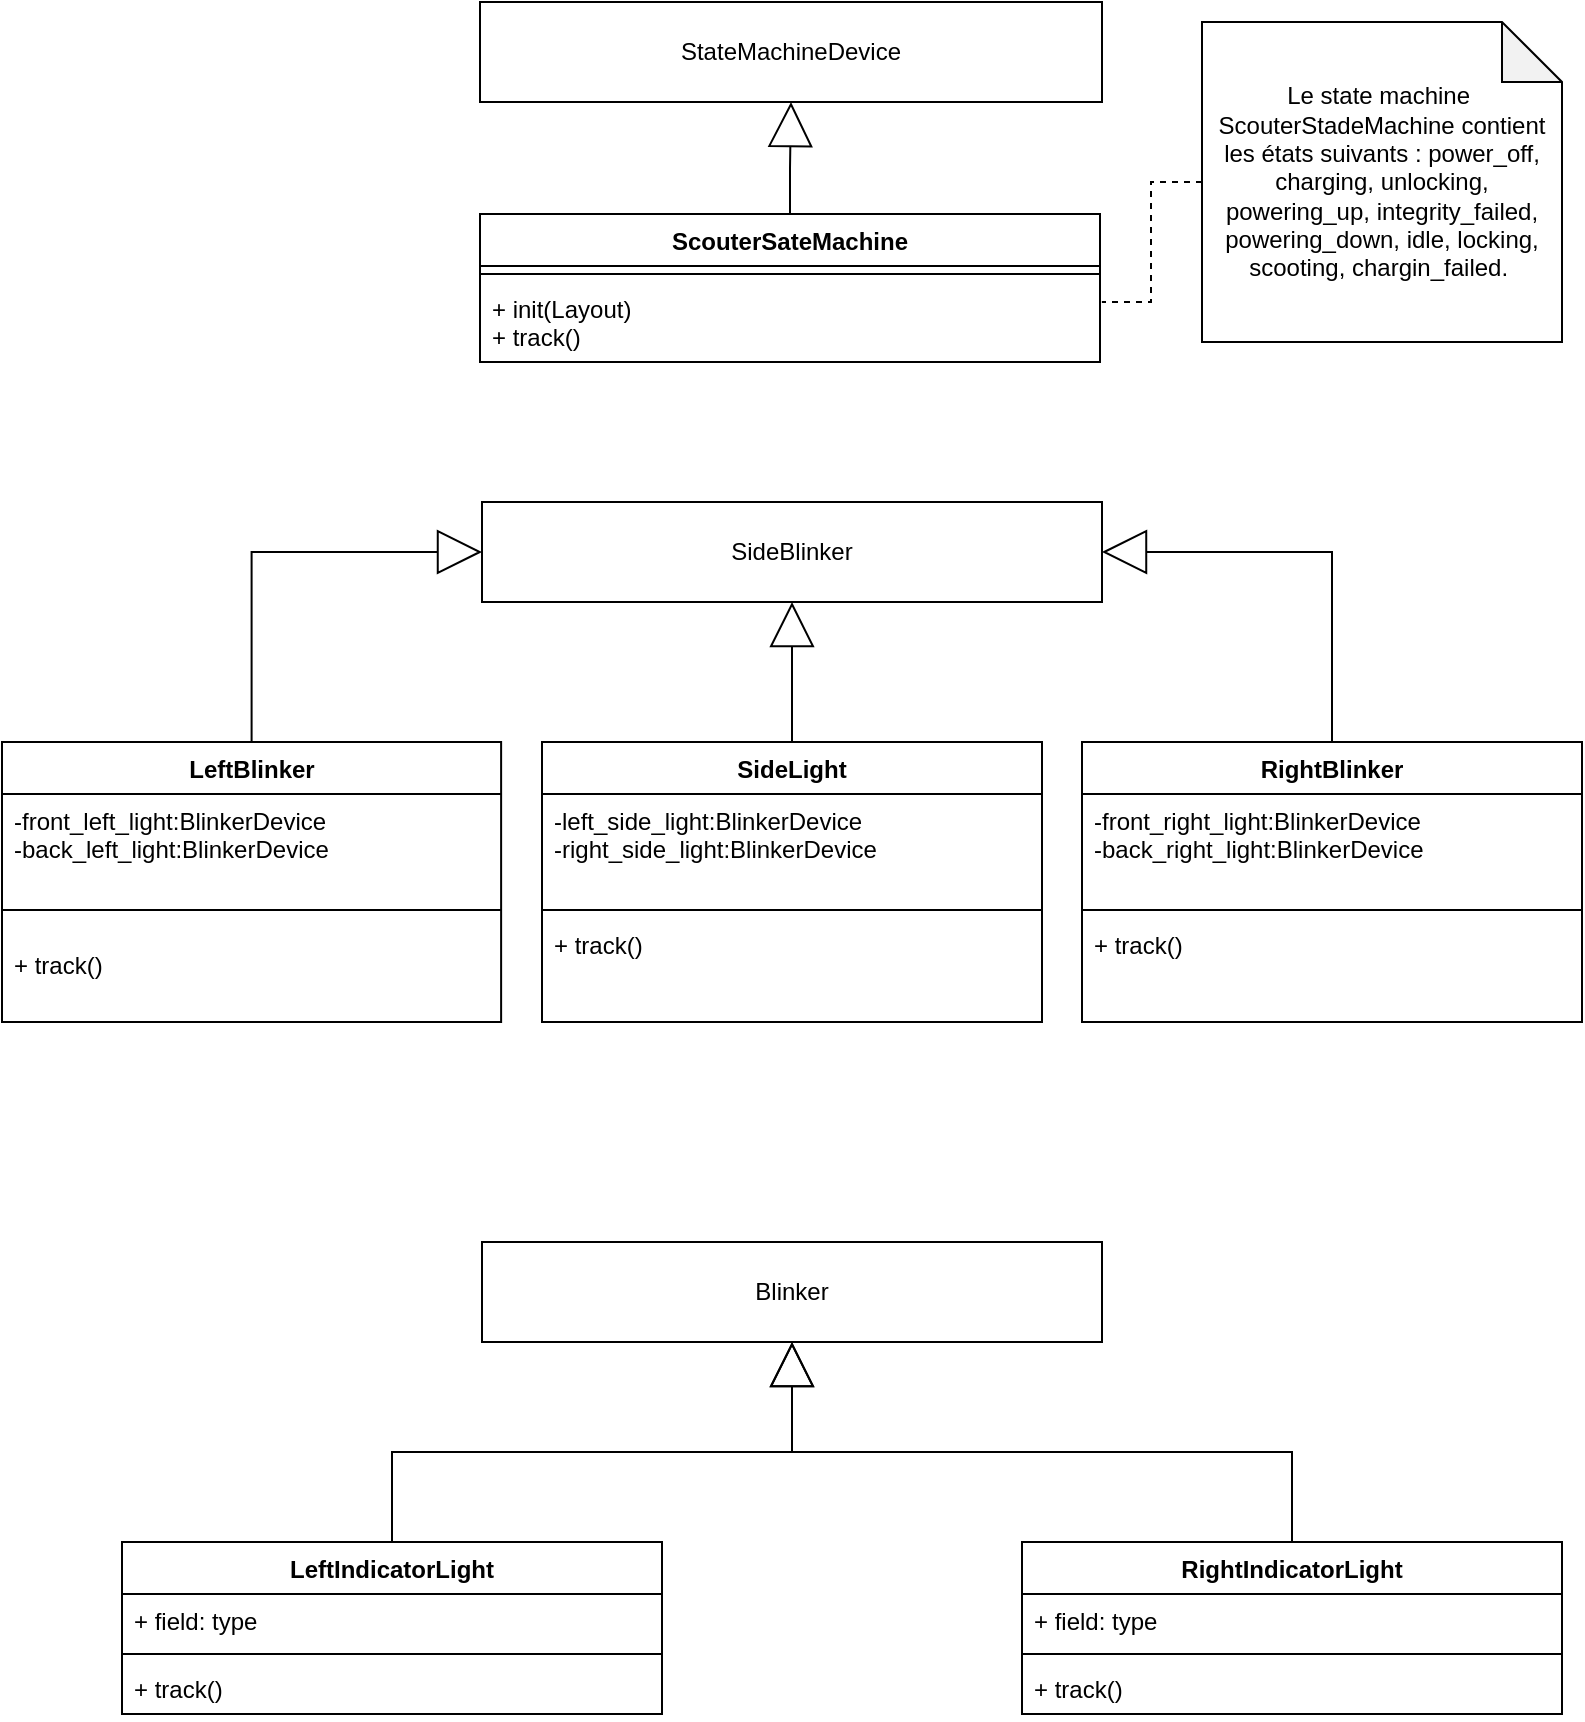
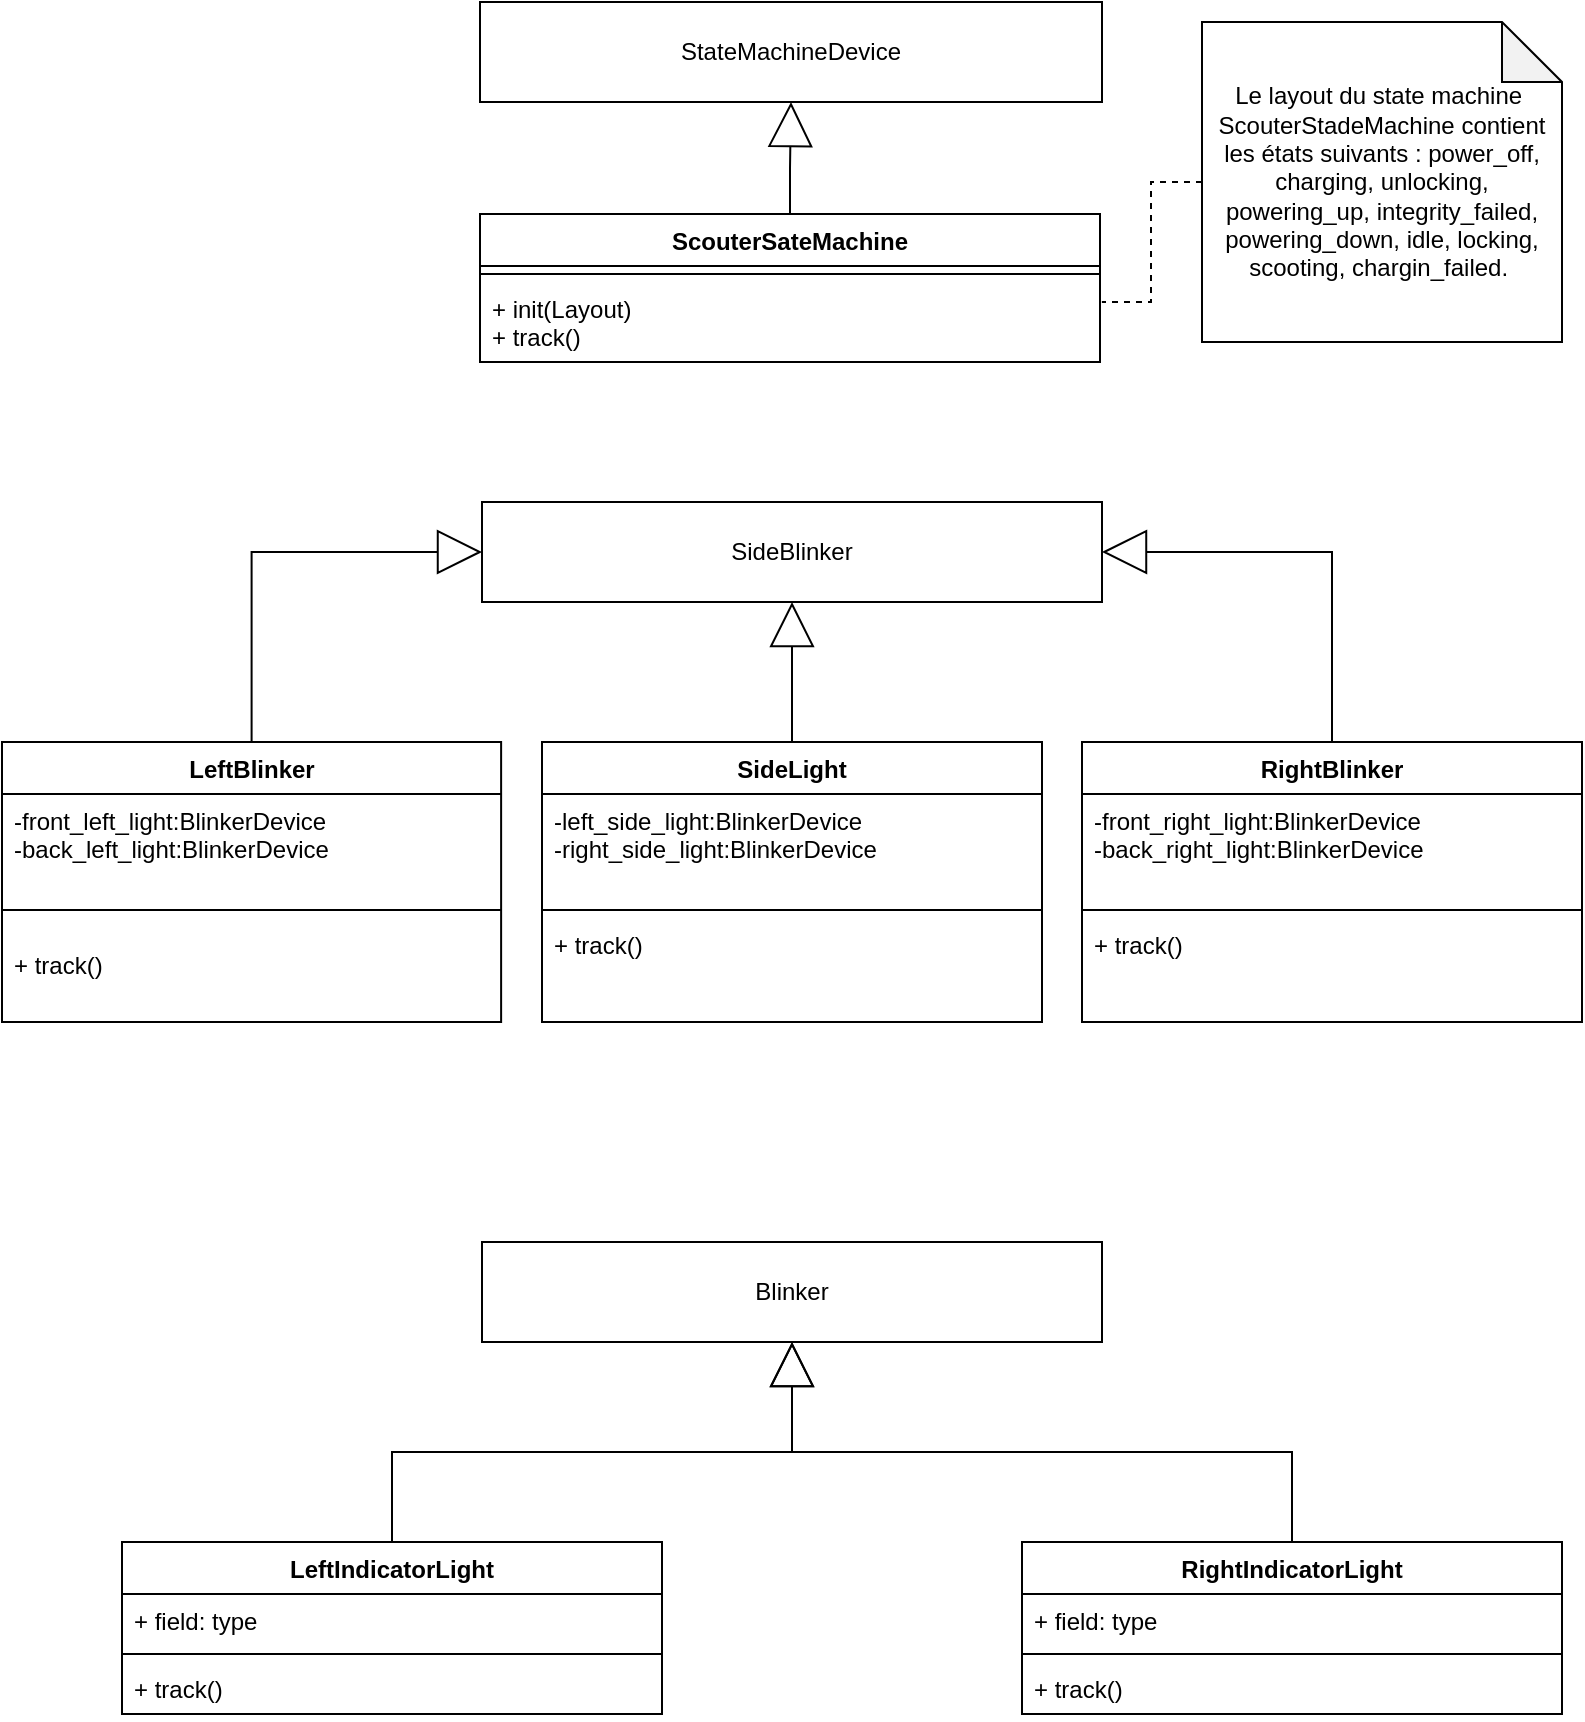
<mxfile host="Electron" agent="Mozilla/5.0 (Windows NT 10.0; Win64; x64) AppleWebKit/537.36 (KHTML, like Gecko) draw.io/26.2.15 Chrome/134.0.6998.205 Electron/35.2.1 Safari/537.36" version="26.2.15">
  <diagram name="Page-1" id="GghMer-YNFgur6t3EFh-">
    <mxGraphModel dx="1024" dy="1404" grid="1" gridSize="10" guides="1" tooltips="1" connect="1" arrows="1" fold="1" page="1" pageScale="1" pageWidth="827" pageHeight="1169" math="0" shadow="0">
      <root>
        <mxCell id="0" />
        <mxCell id="1" parent="0" />
        <mxCell id="jP7gwSs5NOF349UNAJwi-4" style="edgeStyle=orthogonalEdgeStyle;rounded=0;orthogonalLoop=1;jettySize=auto;html=1;entryX=0.5;entryY=1;entryDx=0;entryDy=0;endArrow=block;endFill=0;endSize=20;" parent="1" source="HDNTsqTd7lAjhx9DZTqB-1" target="jP7gwSs5NOF349UNAJwi-1" edge="1">
          <mxGeometry relative="1" as="geometry" />
        </mxCell>
        <mxCell id="HDNTsqTd7lAjhx9DZTqB-1" value="ScouterSateMachine" style="swimlane;fontStyle=1;align=center;verticalAlign=top;childLayout=stackLayout;horizontal=1;startSize=26;horizontalStack=0;resizeParent=1;resizeParentMax=0;resizeLast=0;collapsible=1;marginBottom=0;whiteSpace=wrap;html=1;" parent="1" vertex="1">
          <mxGeometry x="259" y="136" width="310" height="74" as="geometry" />
        </mxCell>
        <mxCell id="HDNTsqTd7lAjhx9DZTqB-3" value="" style="line;strokeWidth=1;fillColor=none;align=left;verticalAlign=middle;spacingTop=-1;spacingLeft=3;spacingRight=3;rotatable=0;labelPosition=right;points=[];portConstraint=eastwest;strokeColor=inherit;" parent="HDNTsqTd7lAjhx9DZTqB-1" vertex="1">
          <mxGeometry y="26" width="310" height="8" as="geometry" />
        </mxCell>
        <mxCell id="HDNTsqTd7lAjhx9DZTqB-4" value="+ init(Layout)&lt;div&gt;+ track()&lt;/div&gt;" style="text;strokeColor=none;fillColor=none;align=left;verticalAlign=top;spacingLeft=4;spacingRight=4;overflow=hidden;rotatable=0;points=[[0,0.5],[1,0.5]];portConstraint=eastwest;whiteSpace=wrap;html=1;" parent="HDNTsqTd7lAjhx9DZTqB-1" vertex="1">
          <mxGeometry y="34" width="310" height="40" as="geometry" />
        </mxCell>
        <mxCell id="jP7gwSs5NOF349UNAJwi-10" style="edgeStyle=orthogonalEdgeStyle;rounded=0;orthogonalLoop=1;jettySize=auto;html=1;entryX=0;entryY=0.5;entryDx=0;entryDy=0;endArrow=block;endFill=0;endSize=20;" parent="1" source="HDNTsqTd7lAjhx9DZTqB-5" target="jP7gwSs5NOF349UNAJwi-5" edge="1">
          <mxGeometry relative="1" as="geometry" />
        </mxCell>
        <mxCell id="HDNTsqTd7lAjhx9DZTqB-5" value="LeftBlinker" style="swimlane;fontStyle=1;align=center;verticalAlign=top;childLayout=stackLayout;horizontal=1;startSize=26;horizontalStack=0;resizeParent=1;resizeParentMax=0;resizeLast=0;collapsible=1;marginBottom=0;whiteSpace=wrap;html=1;rotation=0;" parent="1" vertex="1">
          <mxGeometry x="20" y="400" width="249.56" height="140" as="geometry" />
        </mxCell>
        <mxCell id="HDNTsqTd7lAjhx9DZTqB-6" value="-front_left_light:BlinkerDevice&lt;div&gt;-back_left_light:BlinkerDevice&lt;/div&gt;" style="text;strokeColor=none;fillColor=none;align=left;verticalAlign=top;spacingLeft=4;spacingRight=4;overflow=hidden;rotatable=0;points=[[0,0.5],[1,0.5]];portConstraint=eastwest;whiteSpace=wrap;html=1;rotation=0;" parent="HDNTsqTd7lAjhx9DZTqB-5" vertex="1">
          <mxGeometry y="26" width="249.56" height="44" as="geometry" />
        </mxCell>
        <mxCell id="HDNTsqTd7lAjhx9DZTqB-7" value="" style="line;strokeWidth=1;fillColor=none;align=left;verticalAlign=middle;spacingTop=-1;spacingLeft=3;spacingRight=3;rotatable=0;labelPosition=right;points=[];portConstraint=eastwest;strokeColor=inherit;rotation=0;" parent="HDNTsqTd7lAjhx9DZTqB-5" vertex="1">
          <mxGeometry y="70" width="249.56" height="28" as="geometry" />
        </mxCell>
        <mxCell id="HDNTsqTd7lAjhx9DZTqB-8" value="+ track()" style="text;strokeColor=none;fillColor=none;align=left;verticalAlign=top;spacingLeft=4;spacingRight=4;overflow=hidden;rotatable=0;points=[[0,0.5],[1,0.5]];portConstraint=eastwest;whiteSpace=wrap;html=1;rotation=0;" parent="HDNTsqTd7lAjhx9DZTqB-5" vertex="1">
          <mxGeometry y="98" width="249.56" height="42" as="geometry" />
        </mxCell>
        <mxCell id="jP7gwSs5NOF349UNAJwi-12" style="edgeStyle=orthogonalEdgeStyle;rounded=0;orthogonalLoop=1;jettySize=auto;html=1;entryX=1;entryY=0.5;entryDx=0;entryDy=0;endArrow=block;endFill=0;endSize=20;" parent="1" source="HDNTsqTd7lAjhx9DZTqB-9" target="jP7gwSs5NOF349UNAJwi-5" edge="1">
          <mxGeometry relative="1" as="geometry" />
        </mxCell>
        <mxCell id="HDNTsqTd7lAjhx9DZTqB-9" value="RightBlinker" style="swimlane;fontStyle=1;align=center;verticalAlign=top;childLayout=stackLayout;horizontal=1;startSize=26;horizontalStack=0;resizeParent=1;resizeParentMax=0;resizeLast=0;collapsible=1;marginBottom=0;whiteSpace=wrap;html=1;" parent="1" vertex="1">
          <mxGeometry x="560" y="400" width="250" height="140" as="geometry" />
        </mxCell>
        <mxCell id="HDNTsqTd7lAjhx9DZTqB-10" value="-front_right_light:BlinkerDevice&lt;div&gt;-back_right_light:BlinkerDevice&lt;/div&gt;" style="text;strokeColor=none;fillColor=none;align=left;verticalAlign=top;spacingLeft=4;spacingRight=4;overflow=hidden;rotatable=0;points=[[0,0.5],[1,0.5]];portConstraint=eastwest;whiteSpace=wrap;html=1;" parent="HDNTsqTd7lAjhx9DZTqB-9" vertex="1">
          <mxGeometry y="26" width="250" height="54" as="geometry" />
        </mxCell>
        <mxCell id="HDNTsqTd7lAjhx9DZTqB-11" value="" style="line;strokeWidth=1;fillColor=none;align=left;verticalAlign=middle;spacingTop=-1;spacingLeft=3;spacingRight=3;rotatable=0;labelPosition=right;points=[];portConstraint=eastwest;strokeColor=inherit;" parent="HDNTsqTd7lAjhx9DZTqB-9" vertex="1">
          <mxGeometry y="80" width="250" height="8" as="geometry" />
        </mxCell>
        <mxCell id="HDNTsqTd7lAjhx9DZTqB-12" value="+ track()" style="text;strokeColor=none;fillColor=none;align=left;verticalAlign=top;spacingLeft=4;spacingRight=4;overflow=hidden;rotatable=0;points=[[0,0.5],[1,0.5]];portConstraint=eastwest;whiteSpace=wrap;html=1;" parent="HDNTsqTd7lAjhx9DZTqB-9" vertex="1">
          <mxGeometry y="88" width="250" height="52" as="geometry" />
        </mxCell>
        <mxCell id="jP7gwSs5NOF349UNAJwi-11" style="edgeStyle=orthogonalEdgeStyle;rounded=0;orthogonalLoop=1;jettySize=auto;html=1;entryX=0.5;entryY=1;entryDx=0;entryDy=0;endArrow=block;endFill=0;endSize=20;" parent="1" source="HDNTsqTd7lAjhx9DZTqB-13" target="jP7gwSs5NOF349UNAJwi-5" edge="1">
          <mxGeometry relative="1" as="geometry" />
        </mxCell>
        <mxCell id="HDNTsqTd7lAjhx9DZTqB-13" value="SideLight" style="swimlane;fontStyle=1;align=center;verticalAlign=top;childLayout=stackLayout;horizontal=1;startSize=26;horizontalStack=0;resizeParent=1;resizeParentMax=0;resizeLast=0;collapsible=1;marginBottom=0;whiteSpace=wrap;html=1;" parent="1" vertex="1">
          <mxGeometry x="290" y="400" width="250" height="140" as="geometry" />
        </mxCell>
        <mxCell id="HDNTsqTd7lAjhx9DZTqB-14" value="-left_side_light:BlinkerDevice&lt;div&gt;-right_side_light:BlinkerDevice&lt;/div&gt;" style="text;strokeColor=none;fillColor=none;align=left;verticalAlign=top;spacingLeft=4;spacingRight=4;overflow=hidden;rotatable=0;points=[[0,0.5],[1,0.5]];portConstraint=eastwest;whiteSpace=wrap;html=1;" parent="HDNTsqTd7lAjhx9DZTqB-13" vertex="1">
          <mxGeometry y="26" width="250" height="54" as="geometry" />
        </mxCell>
        <mxCell id="HDNTsqTd7lAjhx9DZTqB-15" value="" style="line;strokeWidth=1;fillColor=none;align=left;verticalAlign=middle;spacingTop=-1;spacingLeft=3;spacingRight=3;rotatable=0;labelPosition=right;points=[];portConstraint=eastwest;strokeColor=inherit;" parent="HDNTsqTd7lAjhx9DZTqB-13" vertex="1">
          <mxGeometry y="80" width="250" height="8" as="geometry" />
        </mxCell>
        <mxCell id="HDNTsqTd7lAjhx9DZTqB-16" value="+ track()" style="text;strokeColor=none;fillColor=none;align=left;verticalAlign=top;spacingLeft=4;spacingRight=4;overflow=hidden;rotatable=0;points=[[0,0.5],[1,0.5]];portConstraint=eastwest;whiteSpace=wrap;html=1;" parent="HDNTsqTd7lAjhx9DZTqB-13" vertex="1">
          <mxGeometry y="88" width="250" height="52" as="geometry" />
        </mxCell>
        <mxCell id="HDNTsqTd7lAjhx9DZTqB-17" value="LeftIndicatorLight" style="swimlane;fontStyle=1;align=center;verticalAlign=top;childLayout=stackLayout;horizontal=1;startSize=26;horizontalStack=0;resizeParent=1;resizeParentMax=0;resizeLast=0;collapsible=1;marginBottom=0;whiteSpace=wrap;html=1;" parent="1" vertex="1">
          <mxGeometry x="80" y="800" width="270" height="86" as="geometry" />
        </mxCell>
        <mxCell id="HDNTsqTd7lAjhx9DZTqB-18" value="+ field: type" style="text;strokeColor=none;fillColor=none;align=left;verticalAlign=top;spacingLeft=4;spacingRight=4;overflow=hidden;rotatable=0;points=[[0,0.5],[1,0.5]];portConstraint=eastwest;whiteSpace=wrap;html=1;" parent="HDNTsqTd7lAjhx9DZTqB-17" vertex="1">
          <mxGeometry y="26" width="270" height="26" as="geometry" />
        </mxCell>
        <mxCell id="HDNTsqTd7lAjhx9DZTqB-19" value="" style="line;strokeWidth=1;fillColor=none;align=left;verticalAlign=middle;spacingTop=-1;spacingLeft=3;spacingRight=3;rotatable=0;labelPosition=right;points=[];portConstraint=eastwest;strokeColor=inherit;" parent="HDNTsqTd7lAjhx9DZTqB-17" vertex="1">
          <mxGeometry y="52" width="270" height="8" as="geometry" />
        </mxCell>
        <mxCell id="HDNTsqTd7lAjhx9DZTqB-20" value="+ track()" style="text;strokeColor=none;fillColor=none;align=left;verticalAlign=top;spacingLeft=4;spacingRight=4;overflow=hidden;rotatable=0;points=[[0,0.5],[1,0.5]];portConstraint=eastwest;whiteSpace=wrap;html=1;" parent="HDNTsqTd7lAjhx9DZTqB-17" vertex="1">
          <mxGeometry y="60" width="270" height="26" as="geometry" />
        </mxCell>
        <mxCell id="HDNTsqTd7lAjhx9DZTqB-21" value="RightIndicatorLight" style="swimlane;fontStyle=1;align=center;verticalAlign=top;childLayout=stackLayout;horizontal=1;startSize=26;horizontalStack=0;resizeParent=1;resizeParentMax=0;resizeLast=0;collapsible=1;marginBottom=0;whiteSpace=wrap;html=1;" parent="1" vertex="1">
          <mxGeometry x="530" y="800" width="270" height="86" as="geometry" />
        </mxCell>
        <mxCell id="HDNTsqTd7lAjhx9DZTqB-22" value="+ field: type" style="text;strokeColor=none;fillColor=none;align=left;verticalAlign=top;spacingLeft=4;spacingRight=4;overflow=hidden;rotatable=0;points=[[0,0.5],[1,0.5]];portConstraint=eastwest;whiteSpace=wrap;html=1;" parent="HDNTsqTd7lAjhx9DZTqB-21" vertex="1">
          <mxGeometry y="26" width="270" height="26" as="geometry" />
        </mxCell>
        <mxCell id="HDNTsqTd7lAjhx9DZTqB-23" value="" style="line;strokeWidth=1;fillColor=none;align=left;verticalAlign=middle;spacingTop=-1;spacingLeft=3;spacingRight=3;rotatable=0;labelPosition=right;points=[];portConstraint=eastwest;strokeColor=inherit;" parent="HDNTsqTd7lAjhx9DZTqB-21" vertex="1">
          <mxGeometry y="52" width="270" height="8" as="geometry" />
        </mxCell>
        <mxCell id="HDNTsqTd7lAjhx9DZTqB-24" value="+ track()" style="text;strokeColor=none;fillColor=none;align=left;verticalAlign=top;spacingLeft=4;spacingRight=4;overflow=hidden;rotatable=0;points=[[0,0.5],[1,0.5]];portConstraint=eastwest;whiteSpace=wrap;html=1;" parent="HDNTsqTd7lAjhx9DZTqB-21" vertex="1">
          <mxGeometry y="60" width="270" height="26" as="geometry" />
        </mxCell>
        <mxCell id="jP7gwSs5NOF349UNAJwi-1" value="StateMachineDevice" style="html=1;whiteSpace=wrap;" parent="1" vertex="1">
          <mxGeometry x="259" y="30" width="311" height="50" as="geometry" />
        </mxCell>
        <mxCell id="jP7gwSs5NOF349UNAJwi-5" value="SideBlinker" style="html=1;whiteSpace=wrap;" parent="1" vertex="1">
          <mxGeometry x="260" y="280" width="310" height="50" as="geometry" />
        </mxCell>
        <mxCell id="jP7gwSs5NOF349UNAJwi-13" value="Blinker" style="html=1;whiteSpace=wrap;" parent="1" vertex="1">
          <mxGeometry x="260" y="650" width="310" height="50" as="geometry" />
        </mxCell>
-         <mxCell id="V1wbgM5l10xvCFtlWwos-1" value="Le state machine&amp;nbsp; ScouterStadeMachine contient les états suivants : power_off, charging, unlocking, powering_up, integrity_failed, powering_down, idle, locking, scooting, chargin_failed.&amp;nbsp;" style="shape=note;whiteSpace=wrap;html=1;backgroundOutline=1;darkOpacity=0.05;" vertex="1" parent="1">
+         <mxCell id="V1wbgM5l10xvCFtlWwos-1" value="Le layout du state machine&amp;nbsp; ScouterStadeMachine contient les états suivants : power_off, charging, unlocking, powering_up, integrity_failed, powering_down, idle, locking, scooting, chargin_failed.&amp;nbsp;" style="shape=note;whiteSpace=wrap;html=1;backgroundOutline=1;darkOpacity=0.05;" vertex="1" parent="1">
          <mxGeometry x="620" y="40" width="180" height="160" as="geometry" />
        </mxCell>
        <mxCell id="V1wbgM5l10xvCFtlWwos-3" style="edgeStyle=orthogonalEdgeStyle;rounded=0;orthogonalLoop=1;jettySize=auto;html=1;entryX=1.003;entryY=0.25;entryDx=0;entryDy=0;entryPerimeter=0;endArrow=none;startFill=0;dashed=1;" edge="1" parent="1" source="V1wbgM5l10xvCFtlWwos-1" target="HDNTsqTd7lAjhx9DZTqB-4">
          <mxGeometry relative="1" as="geometry" />
        </mxCell>
        <mxCell id="V1wbgM5l10xvCFtlWwos-4" style="edgeStyle=orthogonalEdgeStyle;rounded=0;orthogonalLoop=1;jettySize=auto;html=1;endArrow=block;endFill=0;endSize=20;" edge="1" parent="1" source="HDNTsqTd7lAjhx9DZTqB-17" target="jP7gwSs5NOF349UNAJwi-13">
          <mxGeometry relative="1" as="geometry" />
        </mxCell>
        <mxCell id="V1wbgM5l10xvCFtlWwos-5" style="edgeStyle=orthogonalEdgeStyle;rounded=0;orthogonalLoop=1;jettySize=auto;html=1;endArrow=block;endFill=0;endSize=20;" edge="1" parent="1" source="HDNTsqTd7lAjhx9DZTqB-21" target="jP7gwSs5NOF349UNAJwi-13">
          <mxGeometry relative="1" as="geometry" />
        </mxCell>
      </root>
    </mxGraphModel>
  </diagram>
</mxfile>
